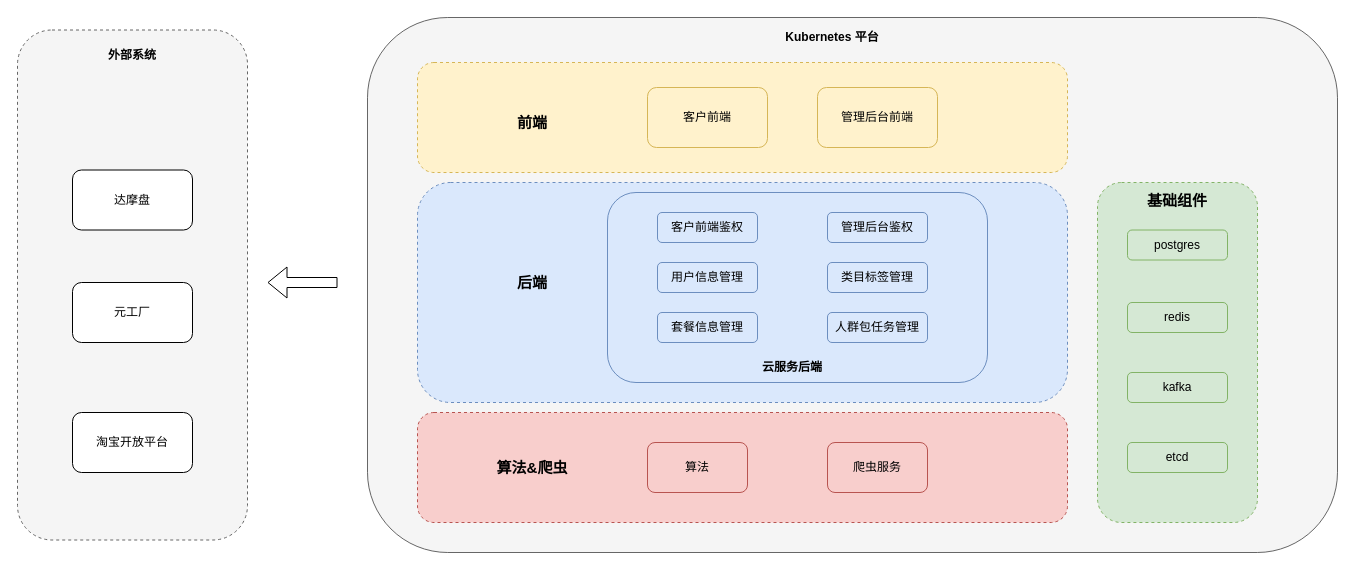
The draw.io diagram page "系统架构" (8 of 9) of docs/cloud-service.drawio in caijiatao/go-lib, before the edit. Source tidied: cells renumbered, new cells numbered last; positions are measured from the earlier drawing's top-left corner, leaving out a move shared by most shapes. Both pictures are drawn from the tidied source at 100%, with x=0, y=0 at pixel (17, 17).
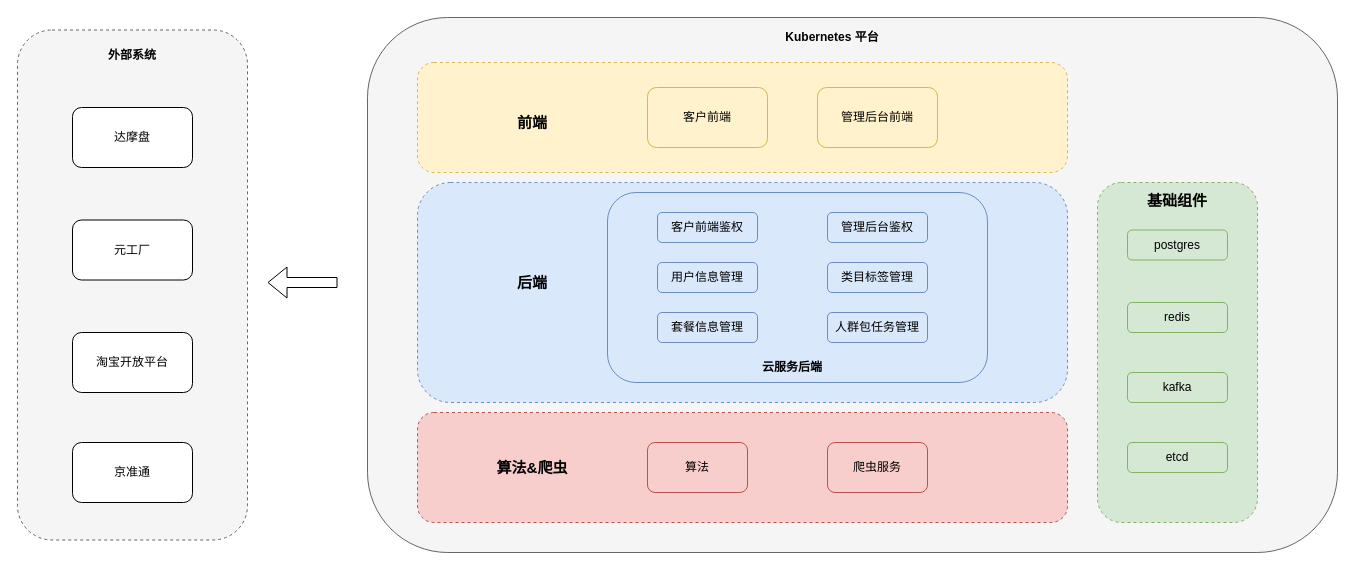
The same page after the edit.

What changed in the source:
```diff
@@
     <mxCell id="29" value="达摩盘" style="rounded=1;whiteSpace=wrap;html=1;" parent="1" vertex="1">
-      <mxGeometry x="55" y="152.5" width="120" height="60" as="geometry" />
+      <mxGeometry x="55" y="90" width="120" height="60" as="geometry" />
     </mxCell>
     <mxCell id="30" value="元工厂" style="rounded=1;whiteSpace=wrap;html=1;" parent="1" vertex="1">
-      <mxGeometry x="55" y="265" width="120" height="60" as="geometry" />
+      <mxGeometry x="55" y="202.5" width="120" height="60" as="geometry" />
     </mxCell>
@@
     <mxCell id="33" value="淘宝开放平台" style="rounded=1;whiteSpace=wrap;html=1;" parent="1" vertex="1">
-      <mxGeometry x="55" y="395" width="120" height="60" as="geometry" />
+      <mxGeometry x="55" y="315" width="120" height="60" as="geometry" />
     </mxCell>
+    <mxCell id="34" value="京准通" style="rounded=1;whiteSpace=wrap;html=1;" parent="1" vertex="1">
+      <mxGeometry x="55" y="425" width="120" height="60" as="geometry" />
+    </mxCell>
```
